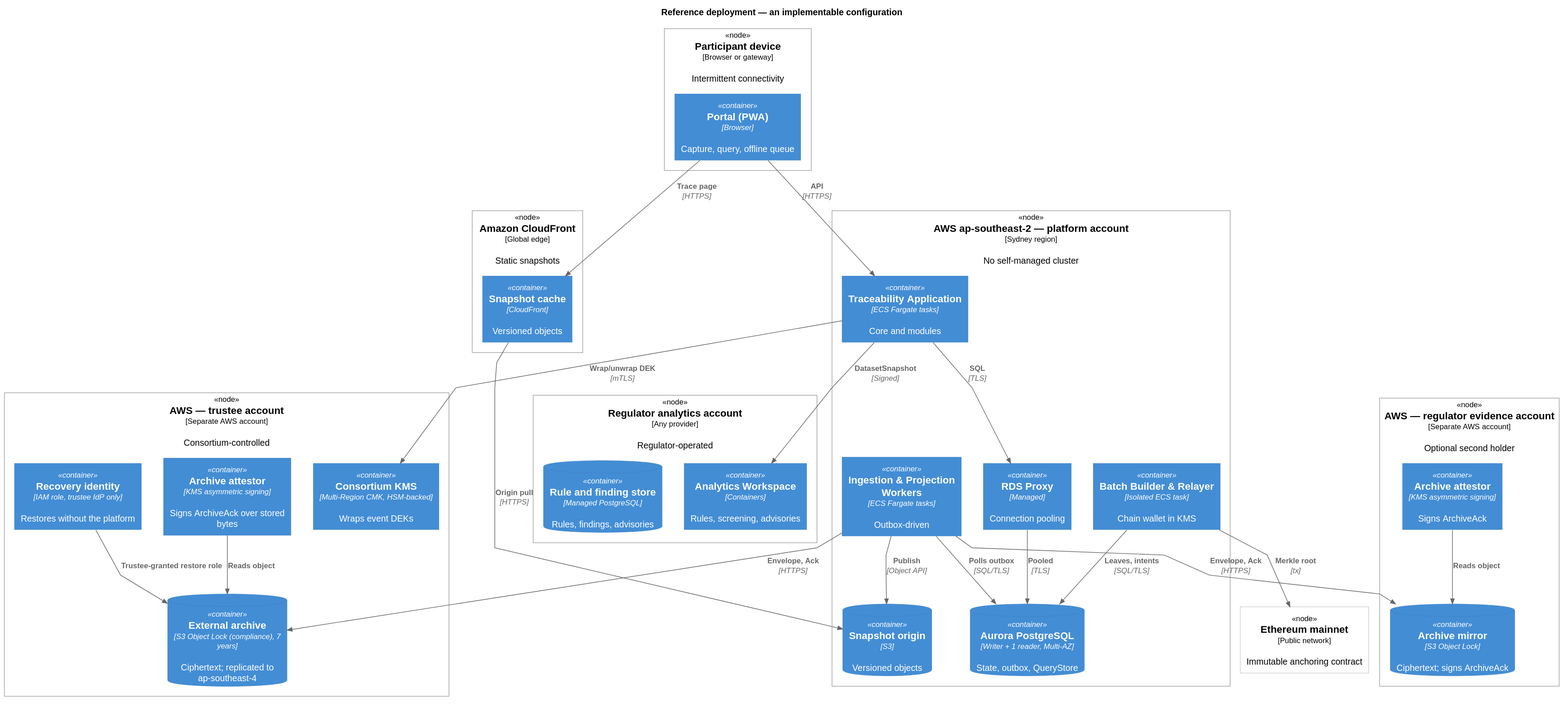
Earlier version of the PlantUML export docs/public/diagrams/c4-reference-deployment.svg (kuangshen04/48433assignment).
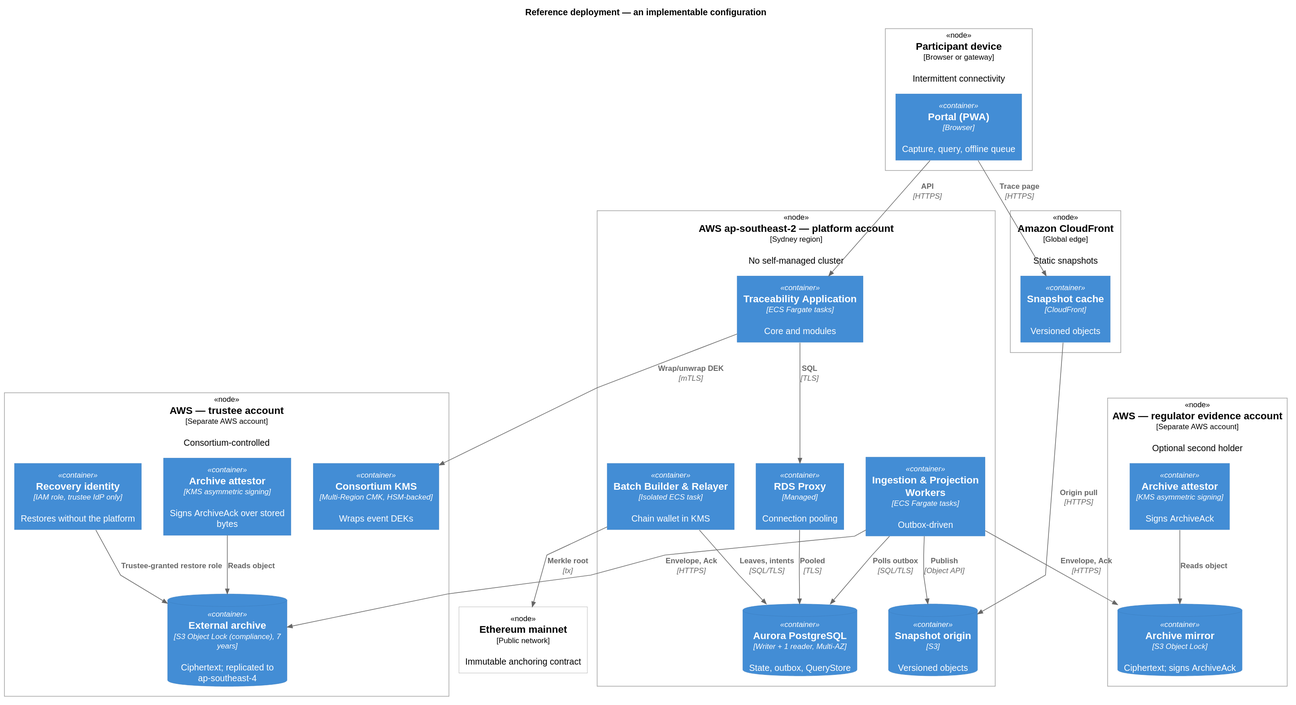
Later version of the same file.

What changed in the source:
```diff
@@ -33,11 +33,6 @@
   Container(regattestor, "Archive attestor", "KMS asymmetric signing", "Signs ArchiveAck")
 }
 
-Deployment_Node(regacct, "Regulator analytics account", "Any provider", "Regulator-operated") {
-  Container(workspace, "Analytics Workspace", "Containers", "Rules, screening, advisories")
-  ContainerDb(rules, "Rule and finding store", "Managed PostgreSQL", "Rules, findings, advisories")
-}
-
 Deployment_Node(chainNet, "Ethereum mainnet", "Public network", "Immutable anchoring contract")
 
 Rel(pwa, app, "API", "HTTPS")
@@ -54,6 +49,5 @@
 Rel(pwa, cdn, "Trace page", "HTTPS")
 Rel(relayer, db, "Leaves, intents", "SQL/TLS")
 Rel(relayer, chainNet, "Merkle root", "tx")
-Rel(app, workspace, "DatasetSnapshot", "Signed")
 Rel(recovery, archive, "Trustee-granted restore role")
 @enduml
```
